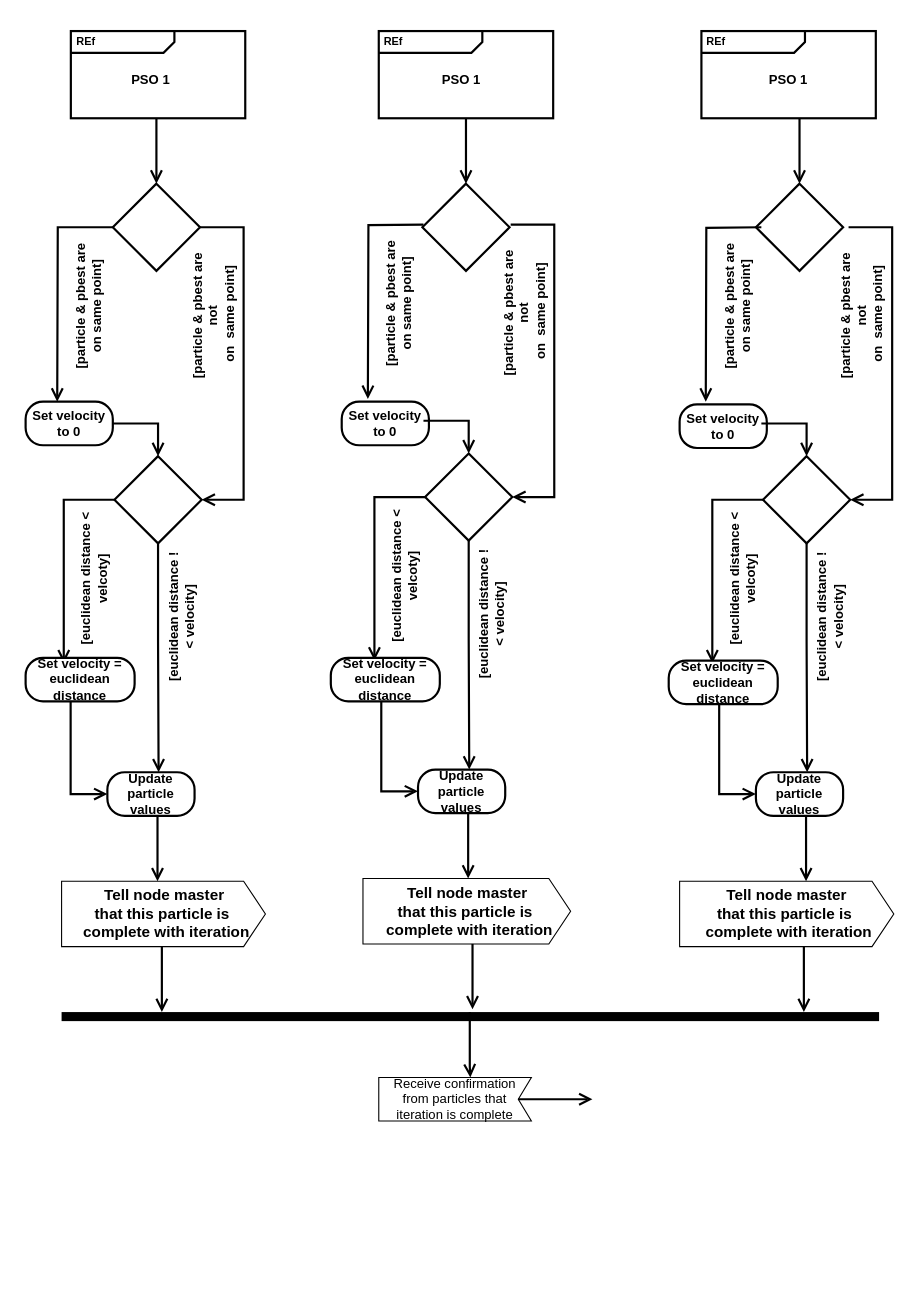
Before: PSO activity Diagram 2.drawio in vanelopethecoder/som-basic, a draw.io diagram. Source tidied: cells renumbered, new cells numbered last; positions are measured from the earlier drawing's top-left corner, leaving out a move shared by most shapes. Both pictures are drawn from the tidied source at 109%, with x=0, y=0 at pixel (20, 31).
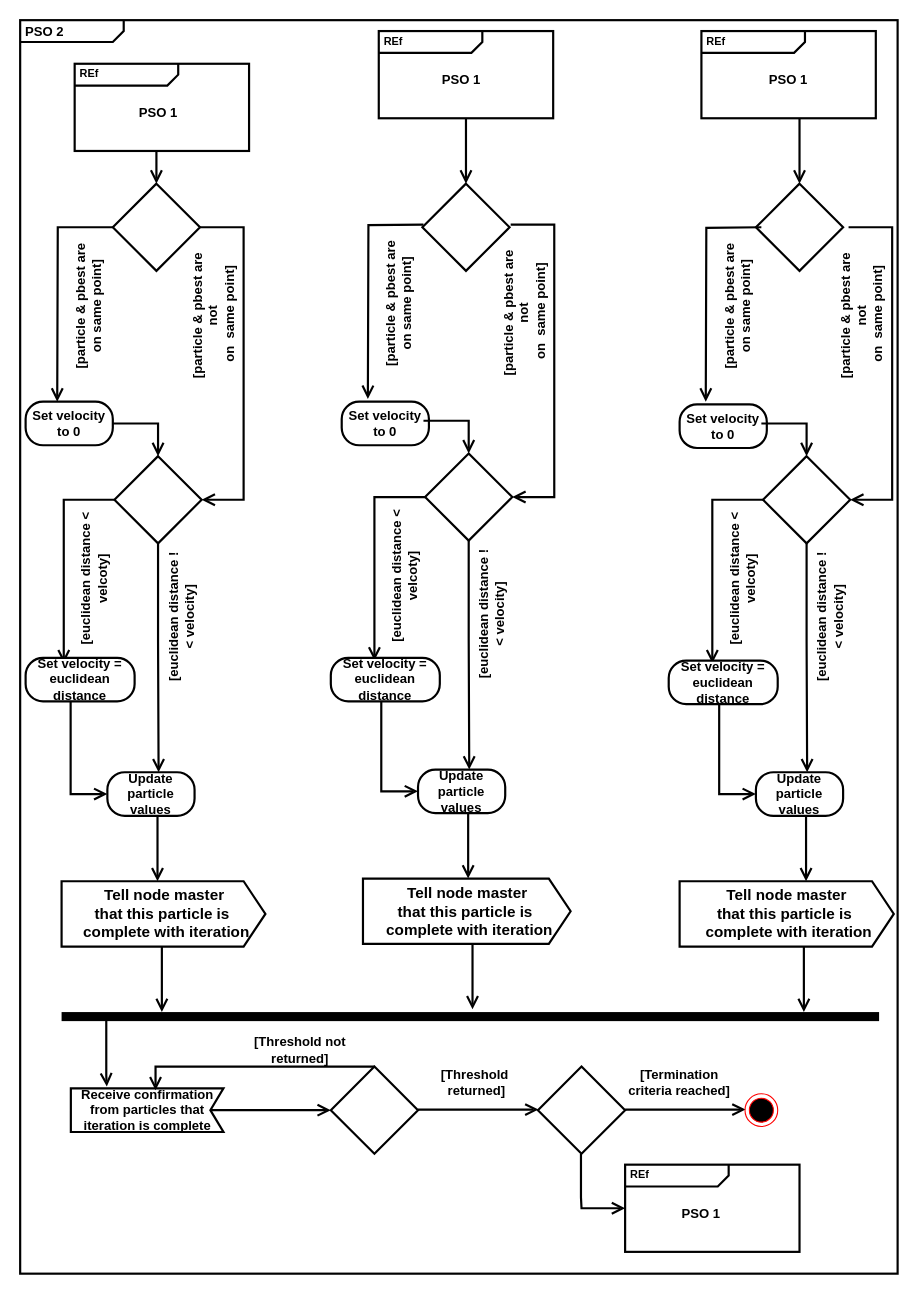
After the change.

Change to the diagram source:
```diff
@@
+    <mxCell id="69" value="&lt;p style=&quot;margin: 0px ; margin-top: 4px ; margin-left: 5px ; text-align: left&quot;&gt;&lt;b&gt;PSO 2&lt;/b&gt;&lt;/p&gt;" style="html=1;shape=mxgraph.sysml.package;overflow=fill;labelX=95;align=left;spacingLeft=5;verticalAlign=top;spacingTop=-3;strokeWidth=2;" parent="1" vertex="1">
+      <mxGeometry y="-10" width="805" height="1150" as="geometry" />
+    </mxCell>
@@
     <mxCell id="17" value="&lt;p style=&quot;margin: 0px ; margin-top: 4px ; margin-left: 5px ; text-align: left&quot;&gt;&lt;b&gt;REf&amp;nbsp;&lt;/b&gt;&lt;/p&gt;" style="html=1;shape=mxgraph.sysml.package;overflow=fill;labelX=95;align=left;spacingLeft=5;verticalAlign=top;spacingTop=-3;fontSize=10;strokeColor=#000000;strokeWidth=2;fillColor=#FFFFFF;" parent="1" vertex="1">
-      <mxGeometry x="46.5" width="160" height="80" as="geometry" />
+      <mxGeometry x="50" y="30" width="160" height="80" as="geometry" />
     </mxCell>
@@
     <mxCell id="20" value="&lt;b&gt;PSO 1&lt;/b&gt;" style="text;html=1;strokeColor=none;fillColor=none;align=center;verticalAlign=middle;whiteSpace=wrap;rounded=0;" parent="1" vertex="1">
-      <mxGeometry x="90" y="30" width="60" height="30" as="geometry" />
+      <mxGeometry x="96.5" y="60" width="60" height="30" as="geometry" />
     </mxCell>
@@
-    <mxCell id="23" style="edgeStyle=orthogonalEdgeStyle;html=1;verticalAlign=bottom;endArrow=open;endSize=8;strokeColor=#000000;rounded=0;strokeWidth=2;" parent="1" edge="1">
+    <mxCell id="23" style="edgeStyle=orthogonalEdgeStyle;html=1;verticalAlign=bottom;endArrow=open;endSize=8;strokeColor=#000000;rounded=0;strokeWidth=2;exitX=0.5;exitY=1;exitDx=0;exitDy=0;exitPerimeter=0;" parent="1" edge="1" source="17">
       <mxGeometry relative="1" as="geometry">
-        <mxPoint x="125" y="80" as="sourcePoint" />
         <mxPoint x="125" y="140" as="targetPoint" />
+        <Array as="points">
+          <mxPoint x="125" y="110" />
+        </Array>
       </mxGeometry>
     </mxCell>
@@
-    <mxCell id="31" value="&lt;b&gt;Tell node master &lt;br&gt;that this particle&amp;nbsp;is&amp;nbsp;&lt;br&gt;&amp;nbsp;complete with iteration&lt;/b&gt;" style="html=1;shape=mxgraph.infographic.ribbonSimple;notch1=0;notch2=20;align=center;verticalAlign=middle;fontSize=14;fontStyle=0;fillColor=#FFFFFF;" parent="1" vertex="1">
+    <mxCell id="31" value="&lt;b&gt;Tell node master &lt;br&gt;that this particle&amp;nbsp;is&amp;nbsp;&lt;br&gt;&amp;nbsp;complete with iteration&lt;/b&gt;" style="html=1;shape=mxgraph.infographic.ribbonSimple;notch1=0;notch2=20;align=center;verticalAlign=middle;fontSize=14;fontStyle=0;fillColor=#FFFFFF;strokeWidth=2;" parent="1" vertex="1">
       <mxGeometry x="38" y="780" width="187" height="60" as="geometry" />
     </mxCell>
@@
-    <mxCell id="33" value="Receive confirmation from particles that iteration is complete" style="shape=mxgraph.sysml.accEvent;flipH=1;whiteSpace=wrap;align=center;" parent="1" vertex="1">
-      <mxGeometry x="329" y="960" width="140" height="40" as="geometry" />
+    <mxCell id="33" value="Receive confirmation from particles that iteration is complete" style="shape=mxgraph.sysml.accEvent;flipH=1;whiteSpace=wrap;align=center;fontStyle=1;strokeWidth=2;" parent="1" vertex="1">
+      <mxGeometry x="46.5" y="970" width="140" height="40" as="geometry" />
     </mxCell>
@@
-    <mxCell id="47" value="&lt;b&gt;Tell node master &lt;br&gt;that this particle&amp;nbsp;is&amp;nbsp;&lt;br&gt;&amp;nbsp;complete with iteration&lt;/b&gt;" style="html=1;shape=mxgraph.infographic.ribbonSimple;notch1=0;notch2=20;align=center;verticalAlign=middle;fontSize=14;fontStyle=0;fillColor=#FFFFFF;" parent="1" vertex="1">
+    <mxCell id="47" value="&lt;b&gt;Tell node master &lt;br&gt;that this particle&amp;nbsp;is&amp;nbsp;&lt;br&gt;&amp;nbsp;complete with iteration&lt;/b&gt;" style="html=1;shape=mxgraph.infographic.ribbonSimple;notch1=0;notch2=20;align=center;verticalAlign=middle;fontSize=14;fontStyle=0;fillColor=#FFFFFF;strokeWidth=2;" parent="1" vertex="1">
       <mxGeometry x="314.5" y="777.5" width="190.5" height="60" as="geometry" />
     </mxCell>
@@
-    <mxCell id="64" value="&lt;b&gt;Tell node master &lt;br&gt;that this particle&amp;nbsp;is&amp;nbsp;&lt;br&gt;&amp;nbsp;complete with iteration&lt;/b&gt;" style="html=1;shape=mxgraph.infographic.ribbonSimple;notch1=0;notch2=20;align=center;verticalAlign=middle;fontSize=14;fontStyle=0;fillColor=#FFFFFF;" parent="1" vertex="1">
+    <mxCell id="64" value="&lt;b&gt;Tell node master &lt;br&gt;that this particle&amp;nbsp;is&amp;nbsp;&lt;br&gt;&amp;nbsp;complete with iteration&lt;/b&gt;" style="html=1;shape=mxgraph.infographic.ribbonSimple;notch1=0;notch2=20;align=center;verticalAlign=middle;fontSize=14;fontStyle=0;fillColor=#FFFFFF;strokeWidth=2;" parent="1" vertex="1">
       <mxGeometry x="605" y="780" width="196.5" height="60" as="geometry" />
     </mxCell>
@@
-    <mxCell id="67" style="edgeStyle=orthogonalEdgeStyle;html=1;verticalAlign=bottom;endArrow=open;endSize=8;strokeColor=#000000;rounded=0;strokeWidth=2;" parent="1" edge="1">
+    <mxCell id="67" style="edgeStyle=orthogonalEdgeStyle;html=1;verticalAlign=bottom;endArrow=open;endSize=8;strokeColor=#000000;rounded=0;strokeWidth=2;exitX=0.5;exitY=0;exitDx=0;exitDy=0;entryX=0.445;entryY=0.045;entryDx=0;entryDy=0;entryPerimeter=0;" parent="1" edge="1" source="70" target="33">
       <mxGeometry relative="1" as="geometry">
-        <mxPoint x="412.5" y="900" as="sourcePoint" />
-        <mxPoint x="413" y="960" as="targetPoint" />
         <Array as="points">
-          <mxPoint x="412.5" y="950" />
-          <mxPoint x="412.5" y="950" />
+          <mxPoint x="124" y="950" />
         </Array>
       </mxGeometry>
     </mxCell>
     <mxCell id="68" style="edgeStyle=orthogonalEdgeStyle;html=1;verticalAlign=bottom;endArrow=open;endSize=8;strokeColor=#000000;rounded=0;strokeWidth=2;exitX=0;exitY=0.5;exitDx=12;exitDy=0;exitPerimeter=0;" parent="1" edge="1" source="33">
       <mxGeometry relative="1" as="geometry">
-        <mxPoint x="525" y="980" as="targetPoint" />
+        <mxPoint x="285" y="990" as="targetPoint" />
       </mxGeometry>
     </mxCell>
+    <mxCell id="70" style="rhombus;whiteSpace=wrap;html=1;strokeWidth=2;" parent="1" vertex="1">
+      <mxGeometry x="285" y="950" width="80" height="80" as="geometry" />
+    </mxCell>
+    <mxCell id="71" value="&lt;b&gt;[Threshold not returned]&lt;/b&gt;" style="text;html=1;strokeColor=none;fillColor=none;align=center;verticalAlign=middle;whiteSpace=wrap;rounded=0;" parent="1" vertex="1">
+      <mxGeometry x="206.5" y="920" width="100" height="30" as="geometry" />
+    </mxCell>
+    <mxCell id="72" style="edgeStyle=orthogonalEdgeStyle;html=1;verticalAlign=bottom;endArrow=open;endSize=8;strokeColor=#000000;rounded=0;strokeWidth=2;" parent="1" edge="1">
+      <mxGeometry relative="1" as="geometry">
+        <mxPoint x="79" y="908.3" as="sourcePoint" />
+        <mxPoint x="79.5" y="968.3" as="targetPoint" />
+        <Array as="points">
+          <mxPoint x="79" y="958.3" />
+          <mxPoint x="79" y="958.3" />
+        </Array>
+      </mxGeometry>
+    </mxCell>
+    <mxCell id="73" value="&lt;b&gt;[Threshold&amp;nbsp; returned]&lt;/b&gt;" style="text;html=1;strokeColor=none;fillColor=none;align=center;verticalAlign=middle;whiteSpace=wrap;rounded=0;" parent="1" vertex="1">
+      <mxGeometry x="369" y="950" width="100" height="30" as="geometry" />
+    </mxCell>
+    <mxCell id="74" style="edgeStyle=orthogonalEdgeStyle;html=1;verticalAlign=bottom;endArrow=open;endSize=8;strokeColor=#000000;rounded=0;strokeWidth=2;exitX=0;exitY=0.5;exitDx=12;exitDy=0;exitPerimeter=0;" parent="1" edge="1">
+      <mxGeometry relative="1" as="geometry">
+        <mxPoint x="365" y="989.5" as="sourcePoint" />
+        <mxPoint x="475.5" y="989.5" as="targetPoint" />
+      </mxGeometry>
+    </mxCell>
+    <mxCell id="75" style="rhombus;whiteSpace=wrap;html=1;strokeWidth=2;" parent="1" vertex="1">
+      <mxGeometry x="475" y="950" width="80" height="80" as="geometry" />
+    </mxCell>
+    <mxCell id="76" style="edgeStyle=orthogonalEdgeStyle;html=1;verticalAlign=bottom;endArrow=open;endSize=8;strokeColor=#000000;rounded=0;strokeWidth=2;exitX=0;exitY=0.5;exitDx=12;exitDy=0;exitPerimeter=0;" parent="1" edge="1">
+      <mxGeometry relative="1" as="geometry">
+        <mxPoint x="555" y="989.5" as="sourcePoint" />
+        <mxPoint x="665.5" y="989.5" as="targetPoint" />
+      </mxGeometry>
+    </mxCell>
+    <mxCell id="77" value="&lt;b&gt;[Termination criteria reached]&lt;/b&gt;" style="text;html=1;strokeColor=none;fillColor=none;align=center;verticalAlign=middle;whiteSpace=wrap;rounded=0;" parent="1" vertex="1">
+      <mxGeometry x="555" y="950" width="100" height="30" as="geometry" />
+    </mxCell>
+    <mxCell id="78" style="ellipse;html=1;shape=endState;fillColor=#000000;strokeColor=#ff0000;" parent="1" vertex="1">
+      <mxGeometry x="665" y="975" width="30" height="30" as="geometry" />
+    </mxCell>
+    <mxCell id="79" style="edgeStyle=orthogonalEdgeStyle;html=1;verticalAlign=bottom;endArrow=open;endSize=8;strokeColor=#000000;rounded=0;strokeWidth=2;" parent="1" edge="1">
+      <mxGeometry relative="1" as="geometry">
+        <mxPoint x="514.5" y="1030" as="sourcePoint" />
+        <mxPoint x="555" y="1080" as="targetPoint" />
+        <Array as="points">
+          <mxPoint x="515" y="1070" />
+          <mxPoint x="515" y="1070" />
+        </Array>
+      </mxGeometry>
+    </mxCell>
+    <mxCell id="80" value="&lt;p style=&quot;margin: 0px ; margin-top: 4px ; margin-left: 5px ; text-align: left&quot;&gt;&lt;b&gt;REf&amp;nbsp;&lt;/b&gt;&lt;/p&gt;" style="html=1;shape=mxgraph.sysml.package;overflow=fill;labelX=95;align=left;spacingLeft=5;verticalAlign=top;spacingTop=-3;fontSize=10;strokeColor=#000000;strokeWidth=2;fillColor=#FFFFFF;" parent="1" vertex="1">
+      <mxGeometry x="555" y="1040" width="160" height="80" as="geometry" />
+    </mxCell>
+    <mxCell id="81" value="&lt;b&gt;PSO 1&lt;/b&gt;" style="text;html=1;strokeColor=none;fillColor=none;align=center;verticalAlign=middle;whiteSpace=wrap;rounded=0;" parent="1" vertex="1">
+      <mxGeometry x="595" y="1070" width="60" height="30" as="geometry" />
+    </mxCell>
```
